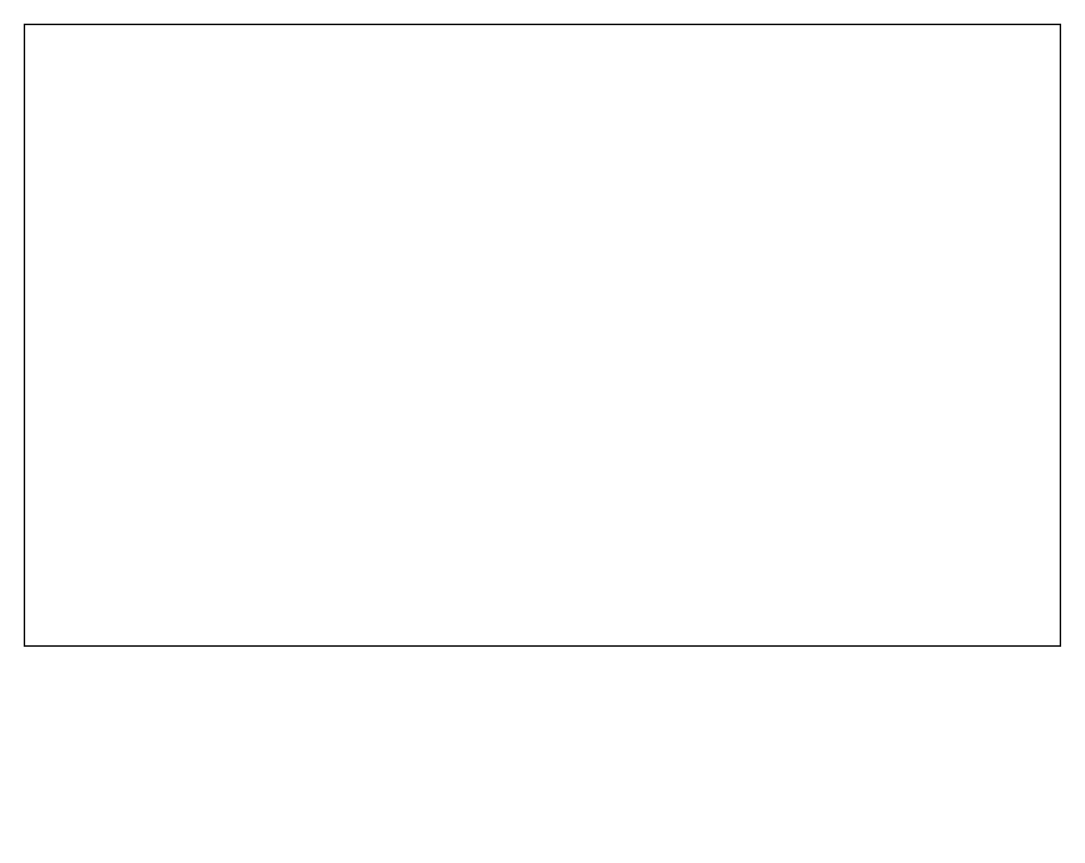
ankitmandal24/mini_prroject keeps this draw.io diagram as Untitled Diam.drawio. Above is the earlier version. Source tidied: cells renumbered, new cells numbered last; positions are measured from the earlier drawing's top-left corner, leaving out a move shared by most shapes. Both pictures are drawn from the tidied source at 148%, with x=0, y=0 at pixel (24, 24).
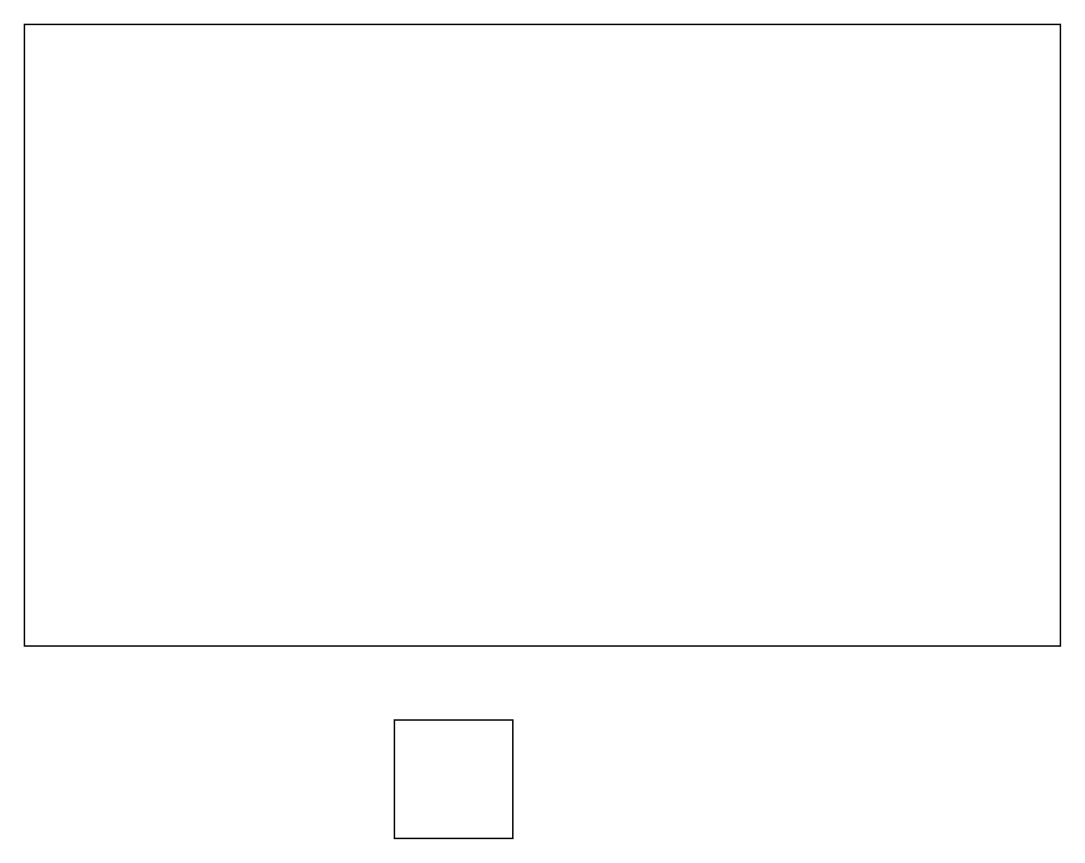
The same page after the edit.

Diff of the diagram source:
```diff
@@
 <mxGraphModel>
   <root>
     <mxCell id="0" />
     <mxCell id="1" parent="0" />
+    <mxCell id="4" style="whiteSpace=wrap;html=1;" parent="1" vertex="1">
+      <mxGeometry x="250" y="470" width="80" height="80" as="geometry" />
+    </mxCell>
     <mxCell id="2" style="edgeStyle=orthogonalEdgeStyle;rounded=0;jettySize=auto;html=1;" parent="1" edge="1" source="3">
       <mxGeometry relative="1" as="geometry">
         <mxPoint x="140" y="205" as="targetPoint" />
         <Array as="points">
           <mxPoint x="280" y="310" />
           <mxPoint x="280" y="310" />
         </Array>
       </mxGeometry>
     </mxCell>
     <mxCell id="3" style="rounded=0;whiteSpace=wrap;html=1;" parent="1" vertex="1">
       <mxGeometry width="700" height="420" as="geometry" />
     </mxCell>
   </root>
 </mxGraphModel>
```
